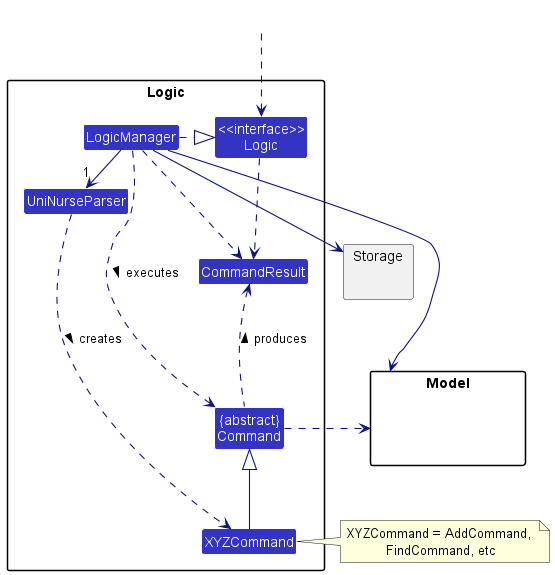
Above: docs/images/LogicClassDiagram.png in nus-cs2103-AY2223S1/tp (PlantUML), before the change.
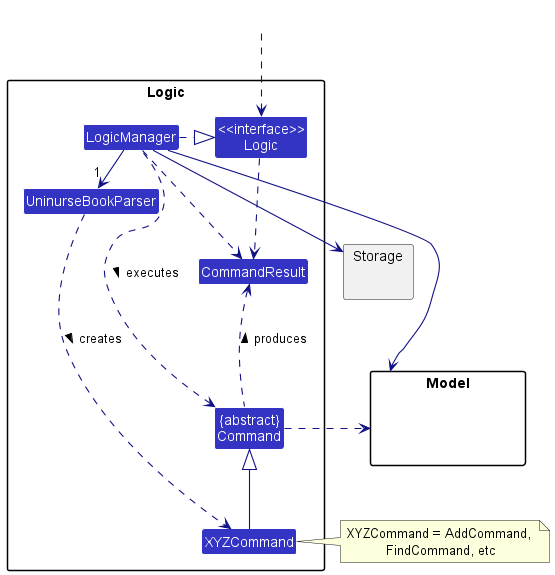
The same file after the commit.

Commit message:
Update UniNurseParser to UninurseBookParser and DeleteCommand to DeletePatientCommand

The edit, as a diff of the source:
```diff
@@ -6,7 +6,7 @@
 
 package Logic {
 
-Class UniNurseParser
+Class UninurseBookParser
 Class XYZCommand
 Class CommandResult
 Class "{abstract}\nCommand" as Command
@@ -27,8 +27,8 @@
 HiddenOutside ..> Logic
 
 LogicManager .right.|> Logic
-LogicManager -right->"1" UniNurseParser
-UniNurseParser ..> XYZCommand : creates >
+LogicManager -right->"1" UninurseBookParser
+UninurseBookParser ..> XYZCommand : creates >
 
 XYZCommand -up-|> Command
 LogicManager .left.> Command : executes >
```
